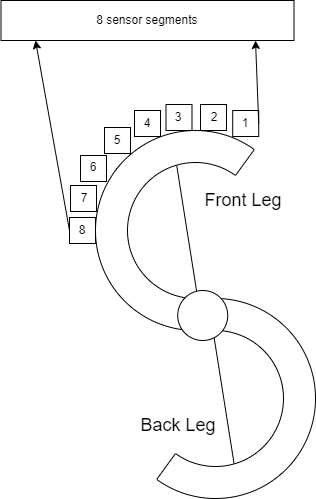
This is images/s_shape_leg/leg_design.png from Lupasic/PhD-thesis-Tactile-sensing-method-development, a draw.io export, as it was before one commit. Source tidied: cells renumbered, new cells last; positions are measured from the earlier drawing's top-left corner, leaving out a move shared by most shapes. Source of this version:
```xml
<mxGraphModel>
  <root>
    <mxCell id="0" />
    <mxCell id="1" parent="0" />
    <mxCell id="2" style="rounded=0;whiteSpace=wrap;html=1;rotation=-99;" parent="1" vertex="1">
      <mxGeometry x="85" y="203" width="141.2" height="60" as="geometry" />
    </mxCell>
    <mxCell id="3" style="rounded=0;whiteSpace=wrap;html=1;rotation=-99;" parent="1" vertex="1">
      <mxGeometry x="181.5" y="364.6" width="141.2" height="60" as="geometry" />
    </mxCell>
    <mxCell id="4" style="verticalLabelPosition=bottom;verticalAlign=top;html=1;shape=mxgraph.basic.partConcEllipse;startAngle=0.48729466316694203;endAngle=0.1;arcWidth=0.32;" parent="1" vertex="1">
      <mxGeometry x="94" y="130" width="200" height="200" as="geometry" />
    </mxCell>
    <mxCell id="5" style="verticalLabelPosition=bottom;verticalAlign=top;html=1;shape=mxgraph.basic.partConcEllipse;startAngle=0.48729466316694203;endAngle=0.1;arcWidth=0.32;rotation=-180;" parent="1" vertex="1">
      <mxGeometry x="114" y="298" width="200" height="200" as="geometry" />
    </mxCell>
    <mxCell id="6" style="ellipse;whiteSpace=wrap;html=1;" parent="1" vertex="1">
      <mxGeometry x="176.2" y="290" width="50" height="50" as="geometry" />
    </mxCell>
    <mxCell id="7" style="whiteSpace=wrap;html=1;" parent="1" vertex="1">
      <mxGeometry x="231.2" y="110" width="26" height="26" as="geometry" />
    </mxCell>
    <mxCell id="8" style="whiteSpace=wrap;html=1;" parent="1" vertex="1">
      <mxGeometry x="199" y="104" width="26" height="26" as="geometry" />
    </mxCell>
    <mxCell id="9" style="whiteSpace=wrap;html=1;" parent="1" vertex="1">
      <mxGeometry x="164.5" y="104" width="26" height="26" as="geometry" />
    </mxCell>
    <mxCell id="10" style="whiteSpace=wrap;html=1;" parent="1" vertex="1">
      <mxGeometry x="133" y="110" width="26" height="26" as="geometry" />
    </mxCell>
    <mxCell id="11" style="whiteSpace=wrap;html=1;" parent="1" vertex="1">
      <mxGeometry x="103" y="127" width="26" height="26" as="geometry" />
    </mxCell>
    <mxCell id="12" style="whiteSpace=wrap;html=1;" parent="1" vertex="1">
      <mxGeometry x="79" y="155" width="26" height="26" as="geometry" />
    </mxCell>
    <mxCell id="13" style="whiteSpace=wrap;html=1;" parent="1" vertex="1">
      <mxGeometry x="69" y="185" width="26" height="26" as="geometry" />
    </mxCell>
    <mxCell id="14" style="whiteSpace=wrap;html=1;" parent="1" vertex="1">
      <mxGeometry x="68" y="217" width="26" height="26" as="geometry" />
    </mxCell>
    <mxCell id="15" style="endArrow=classic;html=1;rounded=0;exitX=0;exitY=0.5;exitDx=0;exitDy=0;" parent="1" edge="1" source="14">
      <mxGeometry relative="1" as="geometry">
        <mxPoint x="34" y="40" as="targetPoint" />
      </mxGeometry>
    </mxCell>
    <mxCell id="16" style="endArrow=classic;html=1;rounded=0;exitX=1;exitY=0.5;exitDx=0;exitDy=0;" parent="1" edge="1" source="7">
      <mxGeometry relative="1" as="geometry">
        <mxPoint x="254" y="40" as="targetPoint" />
      </mxGeometry>
    </mxCell>
    <mxCell id="17" style="rounded=0;whiteSpace=wrap;html=1;" parent="1" vertex="1">
      <mxGeometry x="-0.5" width="293" height="40" as="geometry" />
    </mxCell>
    <mxCell id="18" value="8 sensor segments&amp;nbsp;" style="text;html=1;strokeColor=none;fillColor=none;align=center;verticalAlign=middle;whiteSpace=wrap;rounded=0;" parent="1" vertex="1">
      <mxGeometry x="-0.5" y="5" width="294.5" height="30" as="geometry" />
    </mxCell>
    <mxCell id="19" value="1" style="text;html=1;strokeColor=none;fillColor=none;align=center;verticalAlign=middle;whiteSpace=wrap;rounded=0;" parent="1" vertex="1">
      <mxGeometry x="229.2" y="108" width="30" height="30" as="geometry" />
    </mxCell>
    <mxCell id="20" value="2" style="text;html=1;strokeColor=none;fillColor=none;align=center;verticalAlign=middle;whiteSpace=wrap;rounded=0;" parent="1" vertex="1">
      <mxGeometry x="198" y="102" width="30" height="30" as="geometry" />
    </mxCell>
    <mxCell id="21" value="3" style="text;html=1;strokeColor=none;fillColor=none;align=center;verticalAlign=middle;whiteSpace=wrap;rounded=0;" parent="1" vertex="1">
      <mxGeometry x="162.5" y="102" width="30" height="30" as="geometry" />
    </mxCell>
    <mxCell id="22" value="4" style="text;html=1;strokeColor=none;fillColor=none;align=center;verticalAlign=middle;whiteSpace=wrap;rounded=0;" parent="1" vertex="1">
      <mxGeometry x="131" y="108" width="30" height="30" as="geometry" />
    </mxCell>
    <mxCell id="23" value="5" style="text;html=1;strokeColor=none;fillColor=none;align=center;verticalAlign=middle;whiteSpace=wrap;rounded=0;" parent="1" vertex="1">
      <mxGeometry x="101" y="125" width="30" height="30" as="geometry" />
    </mxCell>
    <mxCell id="24" value="6" style="text;html=1;strokeColor=none;fillColor=none;align=center;verticalAlign=middle;whiteSpace=wrap;rounded=0;" parent="1" vertex="1">
      <mxGeometry x="77" y="152" width="30" height="30" as="geometry" />
    </mxCell>
    <mxCell id="25" value="7" style="text;html=1;strokeColor=none;fillColor=none;align=center;verticalAlign=middle;whiteSpace=wrap;rounded=0;" parent="1" vertex="1">
      <mxGeometry x="68" y="183" width="30" height="30" as="geometry" />
    </mxCell>
    <mxCell id="26" value="8" style="text;html=1;strokeColor=none;fillColor=none;align=center;verticalAlign=middle;whiteSpace=wrap;rounded=0;" parent="1" vertex="1">
      <mxGeometry x="66" y="215" width="30" height="30" as="geometry" />
    </mxCell>
    <mxCell id="27" value="&lt;font style=&quot;font-size: 18px;&quot;&gt;Front Leg&lt;/font&gt;" style="text;html=1;strokeColor=none;fillColor=none;align=center;verticalAlign=middle;whiteSpace=wrap;rounded=0;" parent="1" vertex="1">
      <mxGeometry x="192.5" y="185" width="100" height="29" as="geometry" />
    </mxCell>
    <mxCell id="28" value="Back Leg" style="text;html=1;strokeColor=none;fillColor=none;align=center;verticalAlign=middle;whiteSpace=wrap;rounded=0;fontSize=18;" parent="1" vertex="1">
      <mxGeometry x="138.5" y="410" width="78" height="30" as="geometry" />
    </mxCell>
  </root>
</mxGraphModel>
```
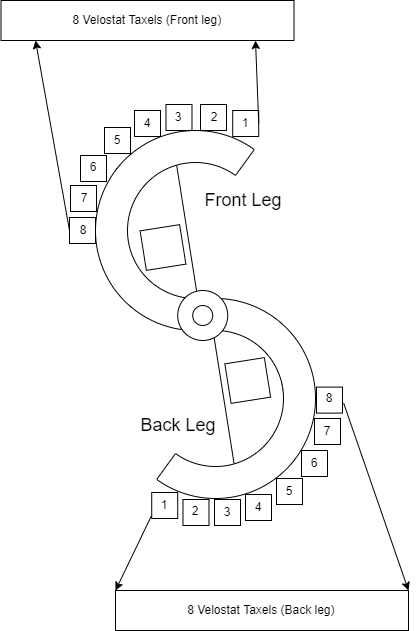
After the change.

Change to the diagram source:
```diff
@@ -54,11 +54,11 @@
     <mxCell id="17" style="rounded=0;whiteSpace=wrap;html=1;" parent="1" vertex="1">
       <mxGeometry x="-0.5" width="293" height="40" as="geometry" />
     </mxCell>
-    <mxCell id="18" value="8 sensor segments&amp;nbsp;" style="text;html=1;strokeColor=none;fillColor=none;align=center;verticalAlign=middle;whiteSpace=wrap;rounded=0;" parent="1" vertex="1">
+    <mxCell id="18" value="8 Velostat Taxels (Front leg)&amp;nbsp;" style="text;html=1;strokeColor=none;fillColor=none;align=center;verticalAlign=middle;whiteSpace=wrap;rounded=0;" parent="1" vertex="1">
       <mxGeometry x="-0.5" y="5" width="294.5" height="30" as="geometry" />
     </mxCell>
     <mxCell id="19" value="1" style="text;html=1;strokeColor=none;fillColor=none;align=center;verticalAlign=middle;whiteSpace=wrap;rounded=0;" parent="1" vertex="1">
-      <mxGeometry x="229.2" y="108" width="30" height="30" as="geometry" />
+      <mxGeometry x="234" y="108" width="20.4" height="30" as="geometry" />
     </mxCell>
     <mxCell id="20" value="2" style="text;html=1;strokeColor=none;fillColor=none;align=center;verticalAlign=middle;whiteSpace=wrap;rounded=0;" parent="1" vertex="1">
       <mxGeometry x="198" y="102" width="30" height="30" as="geometry" />
@@ -78,14 +78,83 @@
     <mxCell id="25" value="7" style="text;html=1;strokeColor=none;fillColor=none;align=center;verticalAlign=middle;whiteSpace=wrap;rounded=0;" parent="1" vertex="1">
       <mxGeometry x="68" y="183" width="30" height="30" as="geometry" />
     </mxCell>
-    <mxCell id="26" value="8" style="text;html=1;strokeColor=none;fillColor=none;align=center;verticalAlign=middle;whiteSpace=wrap;rounded=0;" parent="1" vertex="1">
-      <mxGeometry x="66" y="215" width="30" height="30" as="geometry" />
-    </mxCell>
     <mxCell id="27" value="&lt;font style=&quot;font-size: 18px;&quot;&gt;Front Leg&lt;/font&gt;" style="text;html=1;strokeColor=none;fillColor=none;align=center;verticalAlign=middle;whiteSpace=wrap;rounded=0;" parent="1" vertex="1">
       <mxGeometry x="192.5" y="185" width="100" height="29" as="geometry" />
     </mxCell>
     <mxCell id="28" value="Back Leg" style="text;html=1;strokeColor=none;fillColor=none;align=center;verticalAlign=middle;whiteSpace=wrap;rounded=0;fontSize=18;" parent="1" vertex="1">
       <mxGeometry x="138.5" y="410" width="78" height="30" as="geometry" />
     </mxCell>
+    <mxCell id="29" value="8" style="text;html=1;strokeColor=none;fillColor=none;align=center;verticalAlign=middle;whiteSpace=wrap;rounded=0;" parent="1" vertex="1">
+      <mxGeometry x="67" y="215" width="30" height="30" as="geometry" />
+    </mxCell>
+    <mxCell id="30" style="whiteSpace=wrap;html=1;" parent="1" vertex="1">
+      <mxGeometry x="181.5" y="499" width="26" height="26" as="geometry" />
+    </mxCell>
+    <mxCell id="31" style="whiteSpace=wrap;html=1;" parent="1" vertex="1">
+      <mxGeometry x="213" y="499" width="26" height="26" as="geometry" />
+    </mxCell>
+    <mxCell id="32" style="whiteSpace=wrap;html=1;" parent="1" vertex="1">
+      <mxGeometry x="244" y="494" width="26" height="26" as="geometry" />
+    </mxCell>
+    <mxCell id="33" style="whiteSpace=wrap;html=1;" parent="1" vertex="1">
+      <mxGeometry x="275" y="478" width="26" height="26" as="geometry" />
+    </mxCell>
+    <mxCell id="34" style="whiteSpace=wrap;html=1;" parent="1" vertex="1">
+      <mxGeometry x="300" y="450" width="26" height="26" as="geometry" />
+    </mxCell>
+    <mxCell id="35" style="whiteSpace=wrap;html=1;" parent="1" vertex="1">
+      <mxGeometry x="313" y="418" width="26" height="26" as="geometry" />
+    </mxCell>
+    <mxCell id="36" style="whiteSpace=wrap;html=1;" parent="1" vertex="1">
+      <mxGeometry x="315" y="386.6" width="26" height="26" as="geometry" />
+    </mxCell>
+    <mxCell id="37" style="ellipse;whiteSpace=wrap;html=1;" parent="1" vertex="1">
+      <mxGeometry x="191.2" y="305" width="20" height="20" as="geometry" />
+    </mxCell>
+    <mxCell id="38" style="whiteSpace=wrap;html=1;" parent="1" vertex="1">
+      <mxGeometry x="150.2" y="492" width="26" height="26" as="geometry" />
+    </mxCell>
+    <mxCell id="26" value="1" style="text;html=1;strokeColor=none;fillColor=none;align=center;verticalAlign=middle;whiteSpace=wrap;rounded=0;" parent="1" vertex="1">
+      <mxGeometry x="148.2" y="490" width="30" height="30" as="geometry" />
+    </mxCell>
+    <mxCell id="39" value="2" style="text;html=1;strokeColor=none;fillColor=none;align=center;verticalAlign=middle;whiteSpace=wrap;rounded=0;" parent="1" vertex="1">
+      <mxGeometry x="179.5" y="496" width="30" height="30" as="geometry" />
+    </mxCell>
+    <mxCell id="40" value="3" style="text;html=1;strokeColor=none;fillColor=none;align=center;verticalAlign=middle;whiteSpace=wrap;rounded=0;" parent="1" vertex="1">
+      <mxGeometry x="211" y="497" width="30" height="30" as="geometry" />
+    </mxCell>
+    <mxCell id="41" value="4" style="text;html=1;strokeColor=none;fillColor=none;align=center;verticalAlign=middle;whiteSpace=wrap;rounded=0;" parent="1" vertex="1">
+      <mxGeometry x="242" y="492" width="30" height="30" as="geometry" />
+    </mxCell>
+    <mxCell id="42" value="5" style="text;html=1;strokeColor=none;fillColor=none;align=center;verticalAlign=middle;whiteSpace=wrap;rounded=0;" parent="1" vertex="1">
+      <mxGeometry x="273" y="476" width="30" height="30" as="geometry" />
+    </mxCell>
+    <mxCell id="43" value="6" style="text;html=1;strokeColor=none;fillColor=none;align=center;verticalAlign=middle;whiteSpace=wrap;rounded=0;" parent="1" vertex="1">
+      <mxGeometry x="298" y="448" width="30" height="30" as="geometry" />
+    </mxCell>
+    <mxCell id="44" value="7" style="text;html=1;strokeColor=none;fillColor=none;align=center;verticalAlign=middle;whiteSpace=wrap;rounded=0;" parent="1" vertex="1">
+      <mxGeometry x="311" y="416" width="30" height="30" as="geometry" />
+    </mxCell>
+    <mxCell id="45" value="8" style="text;html=1;strokeColor=none;fillColor=none;align=center;verticalAlign=middle;whiteSpace=wrap;rounded=0;" parent="1" vertex="1">
+      <mxGeometry x="313" y="383" width="30" height="30" as="geometry" />
+    </mxCell>
+    <mxCell id="46" style="rounded=0;whiteSpace=wrap;html=1;" parent="1" vertex="1">
+      <mxGeometry x="114" y="590" width="293" height="40" as="geometry" />
+    </mxCell>
+    <mxCell id="47" value="8 Velostat Taxels (Back leg)&amp;nbsp;" style="text;html=1;strokeColor=none;fillColor=none;align=center;verticalAlign=middle;whiteSpace=wrap;rounded=0;" parent="1" vertex="1">
+      <mxGeometry x="114" y="595" width="294.5" height="30" as="geometry" />
+    </mxCell>
+    <mxCell id="48" style="endArrow=classic;html=1;rounded=0;entryX=0;entryY=0;entryDx=0;entryDy=0;exitX=0.052;exitY=0.855;exitDx=0;exitDy=0;exitPerimeter=0;" parent="1" edge="1" source="26" target="46">
+      <mxGeometry relative="1" as="geometry" />
+    </mxCell>
+    <mxCell id="49" style="endArrow=classic;html=1;rounded=0;entryX=1;entryY=0;entryDx=0;entryDy=0;exitX=0.969;exitY=0.647;exitDx=0;exitDy=0;exitPerimeter=0;" parent="1" edge="1" source="45" target="46">
+      <mxGeometry relative="1" as="geometry" />
+    </mxCell>
+    <mxCell id="50" style="whiteSpace=wrap;html=1;rotation=261;direction=south;" parent="1" vertex="1">
+      <mxGeometry x="226.2" y="360" width="40" height="40" as="geometry" />
+    </mxCell>
+    <mxCell id="51" style="whiteSpace=wrap;html=1;rotation=261;direction=south;" parent="1" vertex="1">
+      <mxGeometry x="141.5" y="227" width="40" height="40" as="geometry" />
+    </mxCell>
   </root>
 </mxGraphModel>
```
